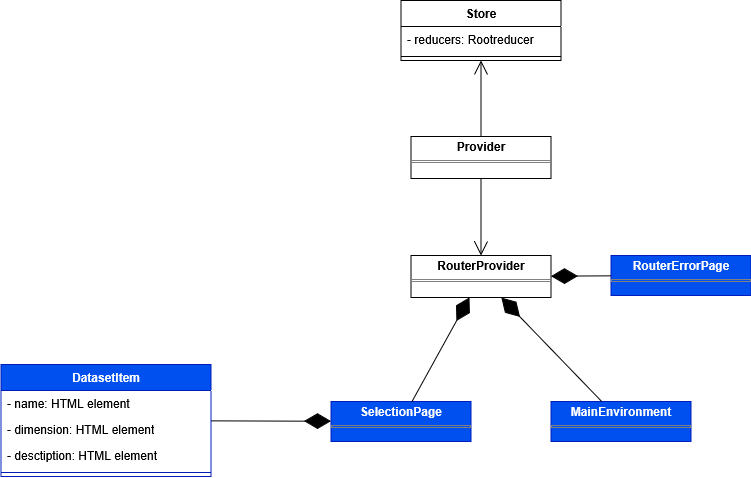
Above: Docs/PB/Generali Esterni/specifica_tecnica/template/images/uml_front/ui/pages.png in 6BitBusters/6BitBusters.github.io (draw.io), before the change. Source tidied: cells renumbered, new cells last; positions are measured from the earlier drawing's top-left corner, leaving out a move shared by most shapes.
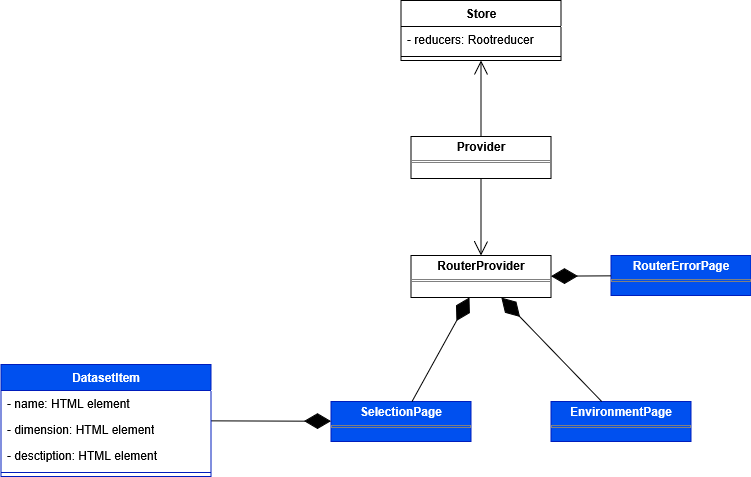
Above is the later version.

The edit, as a diff of the source:
```diff
@@ -26,7 +26,7 @@
     <mxCell id="9" value="&lt;p style=&quot;margin:0px;margin-top:4px;text-align:center;&quot;&gt;&lt;b&gt;SelectionPage&lt;/b&gt;&lt;/p&gt;&lt;hr size=&quot;1&quot; style=&quot;border-style:solid;&quot;&gt;&lt;div style=&quot;height:2px;&quot;&gt;&lt;/div&gt;" style="verticalAlign=top;align=left;overflow=fill;html=1;whiteSpace=wrap;fillColor=#0050ef;fontColor=#ffffff;strokeColor=#001DBC;" parent="1" vertex="1">
       <mxGeometry x="329.5" y="401" width="140" height="40" as="geometry" />
     </mxCell>
-    <mxCell id="10" value="&lt;p style=&quot;margin:0px;margin-top:4px;text-align:center;&quot;&gt;&lt;b&gt;MainEnvironment&lt;/b&gt;&lt;/p&gt;&lt;hr size=&quot;1&quot; style=&quot;border-style:solid;&quot;&gt;&lt;div style=&quot;height:2px;&quot;&gt;&lt;/div&gt;" style="verticalAlign=top;align=left;overflow=fill;html=1;whiteSpace=wrap;fillColor=#0050ef;fontColor=#ffffff;strokeColor=#001DBC;" parent="1" vertex="1">
+    <mxCell id="10" value="&lt;p style=&quot;margin:0px;margin-top:4px;text-align:center;&quot;&gt;&lt;b&gt;EnvironmentPage&lt;/b&gt;&lt;/p&gt;&lt;hr size=&quot;1&quot; style=&quot;border-style:solid;&quot;&gt;&lt;div style=&quot;height:2px;&quot;&gt;&lt;/div&gt;" style="verticalAlign=top;align=left;overflow=fill;html=1;whiteSpace=wrap;fillColor=#0050ef;fontColor=#ffffff;strokeColor=#001DBC;" parent="1" vertex="1">
       <mxGeometry x="549.5" y="401" width="140" height="40" as="geometry" />
     </mxCell>
     <mxCell id="11" style="endArrow=diamondThin;endFill=1;endSize=24;html=1;rounded=0;" parent="1" edge="1" source="9" target="8">
```
